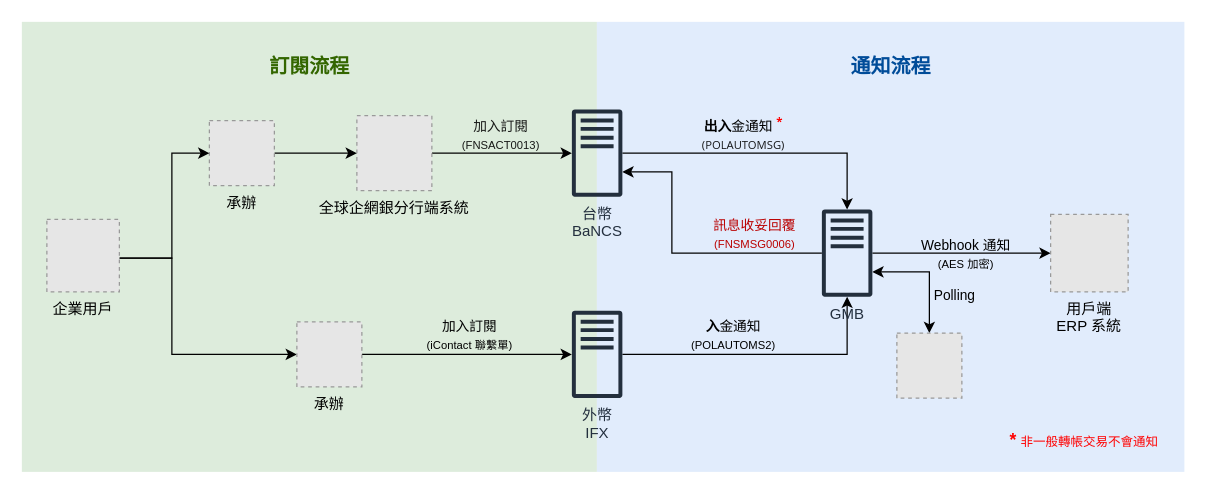
The draw.io diagram page "台外幣入金通知流程圖" (1 of 3) of 主動入金通知.drawio in Wayne-Kao/draw.io, before the edit. Source tidied: cells renumbered, new cells numbered last; positions are measured from the earlier drawing's top-left corner, leaving out a move shared by most shapes. Both pictures are drawn from the tidied source at 125%, with x=0, y=0 at pixel (21, 21). Pictures stored in the file or linked from it are replaced by grey dashed boxes.
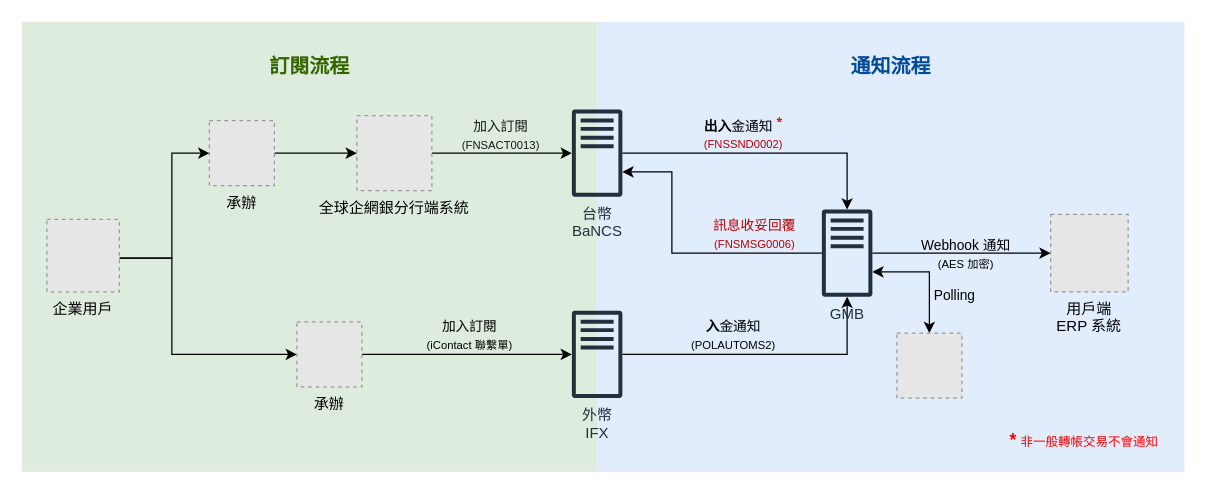
The same diagram, later.

The change refers to these unchanged cells:
```xml
<mxCell id="4" style="edgeStyle=orthogonalEdgeStyle;rounded=0;jettySize=auto;html=1;" parent="1" edge="1" source="6" target="29">
  <mxGeometry relative="1" as="geometry" />
</mxCell>
```

Change to the diagram source:
```diff
@@
-    <mxCell id="5" value="&lt;span&gt;&lt;font&gt;&lt;span style=&quot;font-family: &amp;quot;Segoe UI VSS (Regular)&amp;quot;, &amp;quot;Segoe UI&amp;quot;, -apple-system, BlinkMacSystemFont, Roboto, &amp;quot;Helvetica Neue&amp;quot;, Helvetica, Ubuntu, Arial, sans-serif, &amp;quot;Apple Color Emoji&amp;quot;, &amp;quot;Segoe UI Emoji&amp;quot;, &amp;quot;Segoe UI Symbol&amp;quot;; text-align: start; text-wrap-mode: wrap;&quot;&gt;&lt;b&gt;出入&lt;/b&gt;金通知 &lt;sup&gt;&lt;b&gt;&lt;font style=&quot;color: rgb(255, 0, 0);&quot;&gt;*&lt;/font&gt;&lt;/b&gt;&lt;/sup&gt;&lt;br&gt;&lt;/span&gt;&lt;span style=&quot;box-sizing: border-box; color: rgba(0, 0, 0, 0.9); font-family: &amp;quot;Segoe UI VSS (Regular)&amp;quot;, &amp;quot;Segoe UI&amp;quot;, -apple-system, BlinkMacSystemFont, Roboto, &amp;quot;Helvetica Neue&amp;quot;, Helvetica, Ubuntu, Arial, sans-serif, &amp;quot;Apple Color Emoji&amp;quot;, &amp;quot;Segoe UI Emoji&amp;quot;, &amp;quot;Segoe UI Symbol&amp;quot;; text-align: start; text-wrap-mode: wrap;&quot;&gt;&lt;font style=&quot;font-size: 9px;&quot;&gt;(POLAUTOMSG)&lt;/font&gt;&lt;/span&gt;&lt;/font&gt;&lt;/span&gt;" style="edgeLabel;html=1;align=center;verticalAlign=middle;labelBackgroundColor=none;" parent="4" vertex="1">
+    <mxCell id="5" value="&lt;span&gt;&lt;font&gt;&lt;span style=&quot;font-family: &amp;quot;Segoe UI VSS (Regular)&amp;quot;, &amp;quot;Segoe UI&amp;quot;, -apple-system, BlinkMacSystemFont, Roboto, &amp;quot;Helvetica Neue&amp;quot;, Helvetica, Ubuntu, Arial, sans-serif, &amp;quot;Apple Color Emoji&amp;quot;, &amp;quot;Segoe UI Emoji&amp;quot;, &amp;quot;Segoe UI Symbol&amp;quot;; text-align: start; text-wrap-mode: wrap;&quot;&gt;&lt;b&gt;出入&lt;/b&gt;金通知 &lt;sup&gt;&lt;b&gt;&lt;font style=&quot;color: rgb(255, 0, 0);&quot;&gt;*&lt;/font&gt;&lt;/b&gt;&lt;/sup&gt;&lt;br&gt;&lt;/span&gt;&lt;span style=&quot;box-sizing: border-box; text-align: start; color: rgba(0, 0, 0, 0.9);&quot;&gt;&lt;font style=&quot;&quot;&gt;&lt;font color=&quot;rgba(0, 0, 0, 0.9)&quot; face=&quot;Segoe UI VSS (Regular), Segoe UI, -apple-system, BlinkMacSystemFont, Roboto, Helvetica Neue, Helvetica, Ubuntu, Arial, sans-serif, Apple Color Emoji, Segoe UI Emoji, Segoe UI Symbol&quot; style=&quot;font-size: 9px;&quot;&gt;&lt;span style=&quot;text-wrap-mode: wrap;&quot;&gt;(FNSSND0002)&lt;/span&gt;&lt;/font&gt;&lt;/font&gt;&lt;/span&gt;&lt;/font&gt;&lt;/span&gt;" style="edgeLabel;html=1;align=center;verticalAlign=middle;labelBackgroundColor=none;" parent="4" vertex="1">
       <mxGeometry x="-0.15" y="-2" relative="1" as="geometry">
         <mxPoint y="-19" as="offset" />
       </mxGeometry>
     </mxCell>
```
